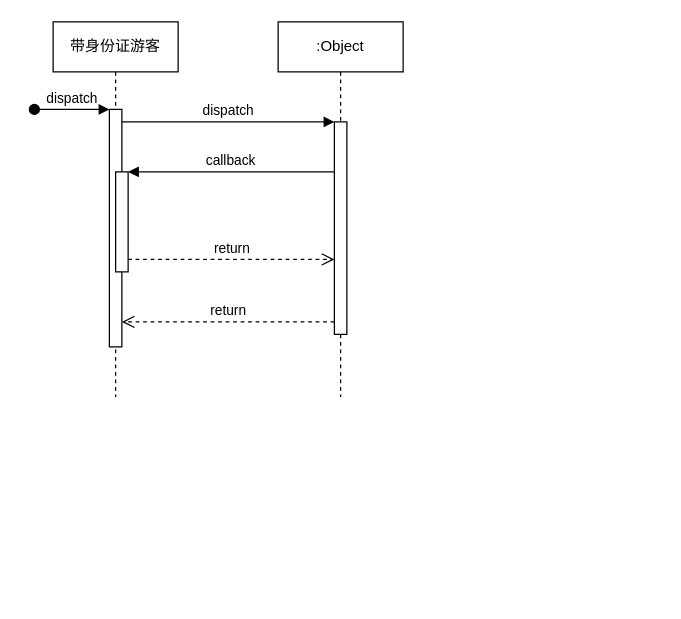
The draw.io diagram 带身份证游客--自助通道.drawio in liucg63/-, before the edit. Source tidied: cells renumbered, new cells numbered last; positions are measured from the earlier drawing's top-left corner, leaving out a move shared by most shapes. Both pictures are drawn from the tidied source at 125%, with x=0, y=0 at pixel (34, 21).
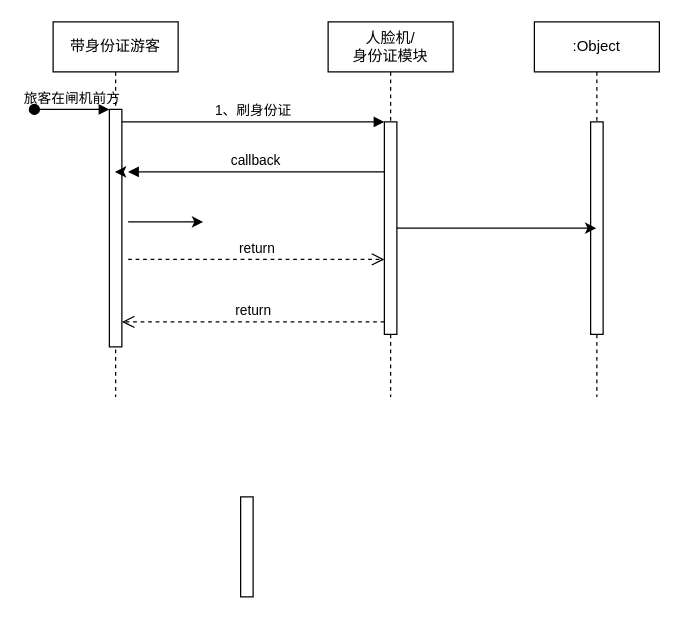
The same diagram, later.

Commit message (it also covers changes not shown here):
更新带身份证游客--自助通道.drawio

The change refers to these unchanged cells:
```xml
<mxCell id="2" value="带身份证游客" style="shape=umlLifeline;perimeter=lifelinePerimeter;whiteSpace=wrap;html=1;outlineConnect=0;portConstraint=eastwest;newEdgeStyle={&quot;edgeStyle&quot;:&quot;elbowEdgeStyle&quot;,&quot;elbow&quot;:&quot;vertical&quot;,&quot;curved&quot;:0,&quot;rounded&quot;:0};labelBackgroundColor=none;" parent="1" vertex="1">
  <mxGeometry x="15" width="100" height="300" as="geometry" />
</mxCell>
<mxCell id="3" style="html=1;points=[];perimeter=orthogonalPerimeter;outlineConnect=0;targetShapes=umlLifeline;portConstraint=eastwest;newEdgeStyle={&quot;edgeStyle&quot;:&quot;elbowEdgeStyle&quot;,&quot;elbow&quot;:&quot;vertical&quot;,&quot;curved&quot;:0,&quot;rounded&quot;:0};labelBackgroundColor=none;" parent="2" vertex="1">
  <mxGeometry x="45" y="70" width="10" height="190" as="geometry" />
</mxCell>
<mxCell id="7" style="html=1;points=[];perimeter=orthogonalPerimeter;outlineConnect=0;targetShapes=umlLifeline;portConstraint=eastwest;newEdgeStyle={&quot;edgeStyle&quot;:&quot;elbowEdgeStyle&quot;,&quot;elbow&quot;:&quot;vertical&quot;,&quot;curved&quot;:0,&quot;rounded&quot;:0};labelBackgroundColor=none;" parent="6" vertex="1">
  <mxGeometry x="45" y="80" width="10" height="170" as="geometry" />
</mxCell>
```

What changed in the source:
```diff
@@
-    <mxCell id="4" value="dispatch" style="html=1;verticalAlign=bottom;startArrow=oval;endArrow=block;startSize=8;edgeStyle=elbowEdgeStyle;elbow=vertical;curved=0;rounded=0;labelBackgroundColor=none;fontColor=default;" parent="2" edge="1" target="3">
+    <mxCell id="4" value="旅客在闸机前方" style="html=1;verticalAlign=bottom;startArrow=oval;endArrow=block;startSize=8;edgeStyle=elbowEdgeStyle;elbow=vertical;curved=0;rounded=0;labelBackgroundColor=none;fontColor=default;" parent="2" edge="1" target="3">
       <mxGeometry relative="1" as="geometry">
         <mxPoint x="-15" y="70" as="sourcePoint" />
       </mxGeometry>
     </mxCell>
-    <mxCell id="5" style="html=1;points=[];perimeter=orthogonalPerimeter;outlineConnect=0;targetShapes=umlLifeline;portConstraint=eastwest;newEdgeStyle={&quot;edgeStyle&quot;:&quot;elbowEdgeStyle&quot;,&quot;elbow&quot;:&quot;vertical&quot;,&quot;curved&quot;:0,&quot;rounded&quot;:0};labelBackgroundColor=none;" parent="2" vertex="1">
-      <mxGeometry x="50" y="120" width="10" height="80" as="geometry" />
-    </mxCell>
+    <mxCell id="12" style="edgeStyle=elbowEdgeStyle;rounded=0;jettySize=auto;html=1;elbow=vertical;curved=0;" parent="2" edge="1" target="2">
+      <mxGeometry relative="1" as="geometry">
+        <mxPoint x="55" y="120" as="sourcePoint" />
+      </mxGeometry>
+    </mxCell>
+    <mxCell id="13" style="edgeStyle=elbowEdgeStyle;rounded=0;orthogonalLoop=1;jettySize=auto;html=1;elbow=vertical;curved=0;" parent="2" edge="1">
+      <mxGeometry relative="1" as="geometry">
+        <mxPoint x="60" y="159.9" as="sourcePoint" />
+        <mxPoint x="120" y="160" as="targetPoint" />
+      </mxGeometry>
+    </mxCell>
-    <mxCell id="6" value=":Object" style="shape=umlLifeline;perimeter=lifelinePerimeter;whiteSpace=wrap;html=1;newEdgeStyle={&quot;edgeStyle&quot;:&quot;elbowEdgeStyle&quot;,&quot;elbow&quot;:&quot;vertical&quot;,&quot;curved&quot;:0,&quot;rounded&quot;:0};labelBackgroundColor=none;" parent="1" vertex="1">
-      <mxGeometry x="195" width="100" height="300" as="geometry" />
+    <mxCell id="6" value="人脸机/&lt;div&gt;身份证模块&lt;/div&gt;" style="shape=umlLifeline;perimeter=lifelinePerimeter;whiteSpace=wrap;html=1;newEdgeStyle={&quot;edgeStyle&quot;:&quot;elbowEdgeStyle&quot;,&quot;elbow&quot;:&quot;vertical&quot;,&quot;curved&quot;:0,&quot;rounded&quot;:0};labelBackgroundColor=none;" parent="1" vertex="1">
+      <mxGeometry x="235" width="100" height="300" as="geometry" />
     </mxCell>
@@
-    <mxCell id="8" value="dispatch" style="html=1;verticalAlign=bottom;endArrow=block;edgeStyle=elbowEdgeStyle;elbow=vertical;curved=0;rounded=0;labelBackgroundColor=none;fontColor=default;" parent="1" edge="1" source="3" target="7">
+    <mxCell id="8" value="1、刷身份证" style="html=1;verticalAlign=bottom;endArrow=block;edgeStyle=elbowEdgeStyle;elbow=vertical;curved=0;rounded=0;labelBackgroundColor=none;fontColor=default;" parent="1" edge="1" source="3" target="7">
       <mxGeometry relative="1" as="geometry">
         <Array as="points">
           <mxPoint x="155" y="80" />
         </Array>
       </mxGeometry>
     </mxCell>
@@
-    <mxCell id="10" value="callback" style="html=1;verticalAlign=bottom;endArrow=block;edgeStyle=elbowEdgeStyle;elbow=vertical;curved=0;rounded=0;labelBackgroundColor=none;fontColor=default;" parent="1" edge="1" source="7" target="5">
+    <mxCell id="10" value="callback" style="html=1;verticalAlign=bottom;endArrow=block;edgeStyle=elbowEdgeStyle;elbow=vertical;curved=0;rounded=0;labelBackgroundColor=none;fontColor=default;" parent="1" edge="1" source="7">
       <mxGeometry relative="1" as="geometry">
+        <mxPoint x="75" y="120" as="targetPoint" />
         <Array as="points">
           <mxPoint x="165" y="120" />
         </Array>
       </mxGeometry>
     </mxCell>
-    <mxCell id="11" value="return" style="html=1;verticalAlign=bottom;endArrow=open;dashed=1;endSize=8;edgeStyle=elbowEdgeStyle;elbow=vertical;curved=0;rounded=0;labelBackgroundColor=none;fontColor=default;" parent="1" edge="1" source="5" target="7">
+    <mxCell id="11" value="return" style="html=1;verticalAlign=bottom;endArrow=open;dashed=1;endSize=8;edgeStyle=elbowEdgeStyle;elbow=vertical;curved=0;rounded=0;labelBackgroundColor=none;fontColor=default;" parent="1" edge="1" target="7">
       <mxGeometry relative="1" as="geometry">
+        <mxPoint x="75" y="190" as="sourcePoint" />
         <Array as="points">
           <mxPoint x="155" y="190" />
         </Array>
       </mxGeometry>
     </mxCell>
+    <mxCell id="14" value=":Object" style="shape=umlLifeline;perimeter=lifelinePerimeter;whiteSpace=wrap;html=1;outlineConnect=0;portConstraint=eastwest;newEdgeStyle={&quot;edgeStyle&quot;:&quot;elbowEdgeStyle&quot;,&quot;elbow&quot;:&quot;vertical&quot;,&quot;curved&quot;:0,&quot;rounded&quot;:0};labelBackgroundColor=none;" parent="1" vertex="1">
+      <mxGeometry x="400" width="100" height="300" as="geometry" />
+    </mxCell>
+    <mxCell id="15" style="html=1;perimeter=orthogonalPerimeter;targetShapes=umlLifeline;newEdgeStyle={&quot;edgeStyle&quot;:&quot;elbowEdgeStyle&quot;,&quot;elbow&quot;:&quot;vertical&quot;,&quot;curved&quot;:0,&quot;rounded&quot;:0};labelBackgroundColor=none;" parent="14" vertex="1">
+      <mxGeometry x="45" y="80" width="10" height="170" as="geometry" />
+    </mxCell>
+    <mxCell id="16" style="html=1;perimeter=orthogonalPerimeter;targetShapes=umlLifeline;newEdgeStyle={&quot;edgeStyle&quot;:&quot;elbowEdgeStyle&quot;,&quot;elbow&quot;:&quot;vertical&quot;,&quot;curved&quot;:0,&quot;rounded&quot;:0};labelBackgroundColor=none;" parent="1" vertex="1">
+      <mxGeometry x="165" y="380" width="10" height="80" as="geometry" />
+    </mxCell>
+    <mxCell id="17" style="edgeStyle=elbowEdgeStyle;rounded=0;jettySize=auto;html=1;elbow=vertical;curved=0;" parent="1" edge="1" source="7" target="14">
+      <mxGeometry relative="1" as="geometry" />
+    </mxCell>
```
